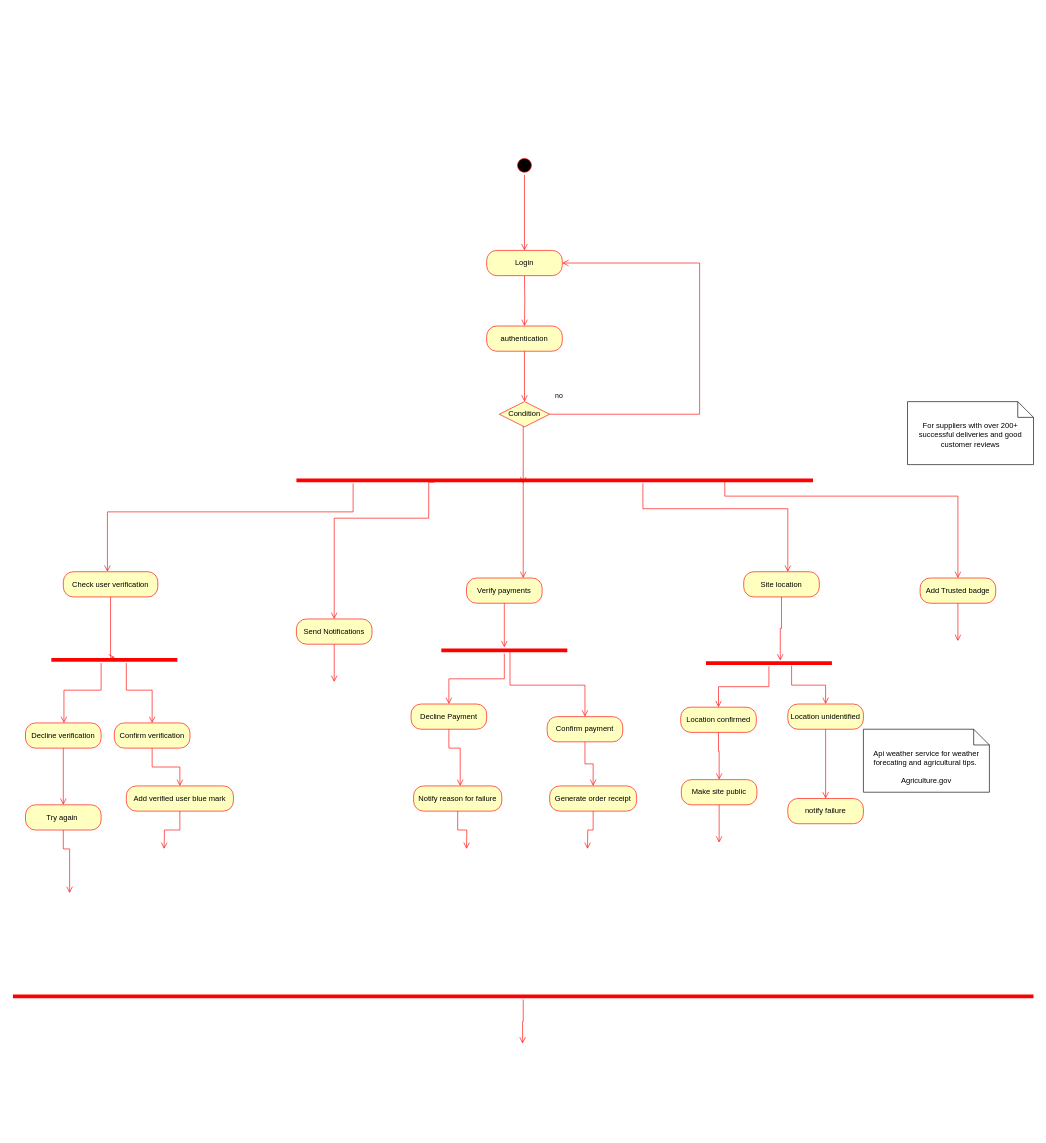
Above: page "Page-4" (4 of 4) of agri-business class diagram.drawio in J-Massoda/Agri-business (draw.io), before the change. Source tidied: cells renumbered, new cells numbered last; positions are measured from the earlier drawing's top-left corner, leaving out a move shared by most shapes. Both pictures are drawn from the tidied source at 63%, with x=0, y=0 at pixel (13, 156).
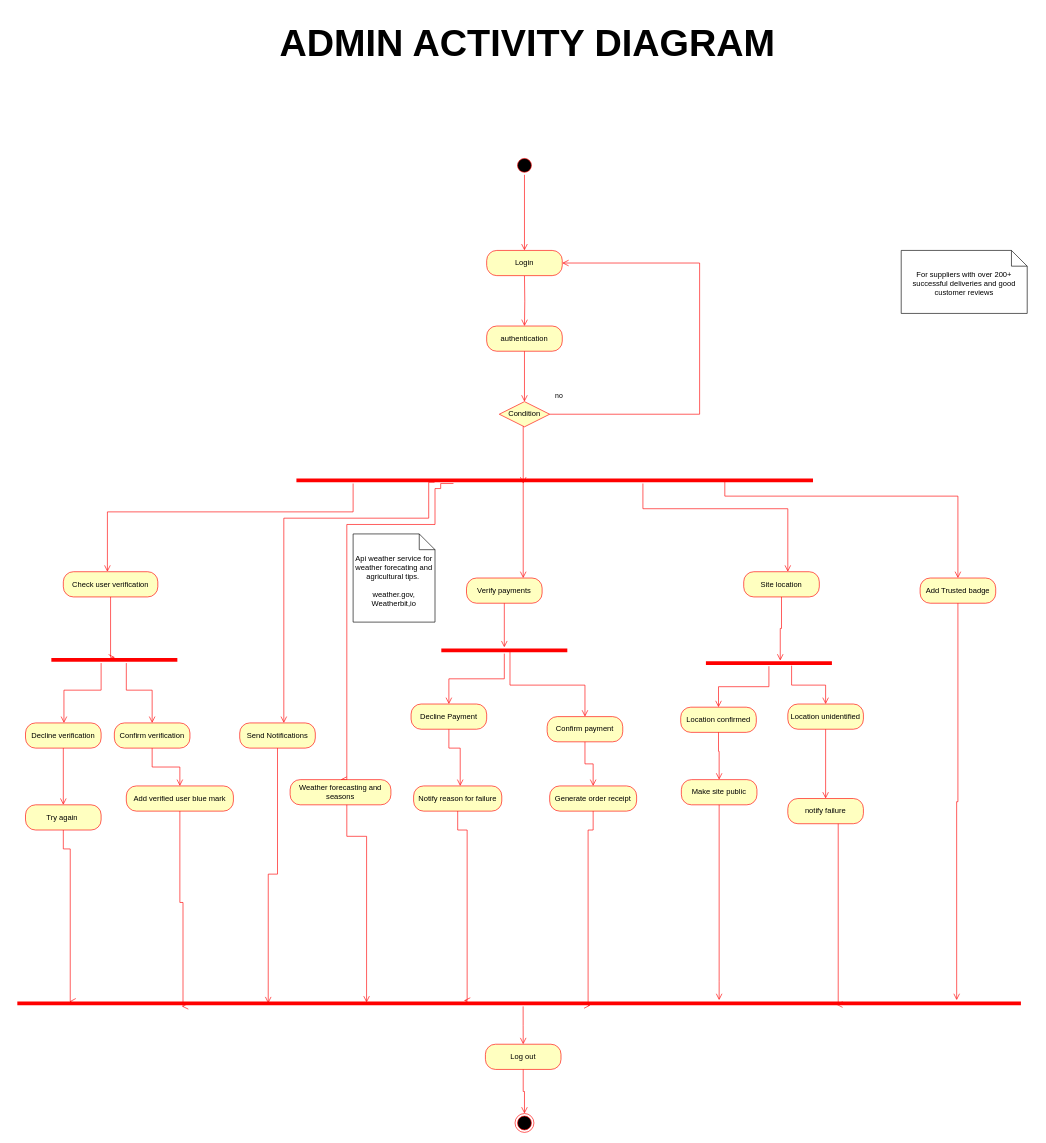
The same page after the edit.

Unchanged cells that the change refers to:
```xml
<mxCell id="11" style="shape=line;html=1;strokeWidth=6;strokeColor=#ff0000;" parent="1" vertex="1">
  <mxGeometry x="450" y="510" width="820" height="10" as="geometry" />
</mxCell>
<mxCell id="42" value="Add verified user blue mark" style="rounded=1;whiteSpace=wrap;html=1;arcSize=40;fontColor=#000000;fillColor=#ffffc0;strokeColor=#ff0000;" parent="1" vertex="1">
  <mxGeometry x="180" y="1000" width="170" height="40" as="geometry" />
</mxCell>
<mxCell id="44" value="Generate order receipt" style="rounded=1;whiteSpace=wrap;html=1;arcSize=40;fontColor=#000000;fillColor=#ffffc0;strokeColor=#ff0000;" parent="1" vertex="1">
  <mxGeometry x="852" y="1000" width="138" height="40" as="geometry" />
</mxCell>
<mxCell id="47" value="Add Trusted badge" style="rounded=1;whiteSpace=wrap;html=1;arcSize=40;fontColor=#000000;fillColor=#ffffc0;strokeColor=#ff0000;" parent="1" vertex="1">
  <mxGeometry x="1440" y="670" width="120" height="40" as="geometry" />
</mxCell>
<mxCell id="50" value="Make site public" style="rounded=1;whiteSpace=wrap;html=1;arcSize=40;fontColor=#000000;fillColor=#ffffc0;strokeColor=#ff0000;" parent="1" vertex="1">
  <mxGeometry x="1061" y="990" width="120" height="40" as="geometry" />
</mxCell>
<mxCell id="54" value="Try again&amp;nbsp;" style="rounded=1;whiteSpace=wrap;html=1;arcSize=40;fontColor=#000000;fillColor=#ffffc0;strokeColor=#ff0000;" parent="1" vertex="1">
  <mxGeometry x="20" y="1030" width="120" height="40" as="geometry" />
</mxCell>
<mxCell id="56" value="Notify reason for failure" style="rounded=1;whiteSpace=wrap;html=1;arcSize=40;fontColor=#000000;fillColor=#ffffc0;strokeColor=#ff0000;" parent="1" vertex="1">
  <mxGeometry x="636" y="1000" width="140" height="40" as="geometry" />
</mxCell>
<mxCell id="58" value="notify failure" style="rounded=1;whiteSpace=wrap;html=1;arcSize=40;fontColor=#000000;fillColor=#ffffc0;strokeColor=#ff0000;" parent="1" vertex="1">
  <mxGeometry x="1230" y="1020" width="120" height="40" as="geometry" />
</mxCell>
```

The edit, as a diff of the source:
```diff
@@
-    <mxCell id="43" style="edgeStyle=orthogonalEdgeStyle;html=1;verticalAlign=bottom;endArrow=open;endSize=8;strokeColor=#ff0000;rounded=0;" parent="1" edge="1" source="42">
+    <mxCell id="43" style="edgeStyle=orthogonalEdgeStyle;html=1;verticalAlign=bottom;endArrow=open;endSize=8;strokeColor=#ff0000;rounded=0;entryX=0.164;entryY=0.992;entryDx=0;entryDy=0;entryPerimeter=0;" parent="1" edge="1" source="42" target="52">
       <mxGeometry relative="1" as="geometry">
-        <mxPoint x="240" y="1100" as="targetPoint" />
+        <Array as="points">
+          <mxPoint x="265" y="1185" />
+          <mxPoint x="270" y="1185" />
+          <mxPoint x="270" y="1350" />
+        </Array>
       </mxGeometry>
     </mxCell>
@@
-    <mxCell id="45" style="edgeStyle=orthogonalEdgeStyle;html=1;verticalAlign=bottom;endArrow=open;endSize=8;strokeColor=#ff0000;rounded=0;" parent="1" edge="1" source="44">
+    <mxCell id="45" style="edgeStyle=orthogonalEdgeStyle;html=1;verticalAlign=bottom;endArrow=open;endSize=8;strokeColor=#ff0000;rounded=0;entryX=0.571;entryY=0.838;entryDx=0;entryDy=0;entryPerimeter=0;" parent="1" edge="1" source="44" target="52">
       <mxGeometry relative="1" as="geometry">
-        <mxPoint x="912" y="1100" as="targetPoint" />
+        <Array as="points">
+          <mxPoint x="921" y="1070" />
+          <mxPoint x="913" y="1070" />
+          <mxPoint x="913" y="1348" />
+        </Array>
       </mxGeometry>
     </mxCell>
@@
-    <mxCell id="48" style="edgeStyle=orthogonalEdgeStyle;html=1;verticalAlign=bottom;endArrow=open;endSize=8;strokeColor=#ff0000;rounded=0;" parent="1" edge="1" source="47">
-      <mxGeometry relative="1" as="geometry">
-        <mxPoint x="1500" y="770" as="targetPoint" />
-      </mxGeometry>
+    <mxCell id="48" style="edgeStyle=orthogonalEdgeStyle;html=1;verticalAlign=bottom;endArrow=open;endSize=8;strokeColor=#ff0000;rounded=0;entryX=0.936;entryY=0;entryDx=0;entryDy=0;entryPerimeter=0;" parent="1" edge="1" source="47" target="52">
+      <mxGeometry relative="1" as="geometry" />
     </mxCell>
     <mxCell id="49" value="For suppliers with over 200+ successful deliveries and good customer reviews" style="shape=note2;boundedLbl=1;whiteSpace=wrap;html=1;size=25;verticalAlign=top;align=center;" parent="1" vertex="1">
-      <mxGeometry x="1420" y="390" width="200" height="100" as="geometry" />
+      <mxGeometry x="1410" y="150" width="200" height="100" as="geometry" />
     </mxCell>
@@
-    <mxCell id="51" style="edgeStyle=orthogonalEdgeStyle;html=1;verticalAlign=bottom;endArrow=open;endSize=8;strokeColor=#ff0000;rounded=0;" parent="1" edge="1" source="50">
+    <mxCell id="51" style="edgeStyle=orthogonalEdgeStyle;html=1;verticalAlign=bottom;endArrow=open;endSize=8;strokeColor=#ff0000;rounded=0;" parent="1" edge="1" source="50" target="52">
       <mxGeometry relative="1" as="geometry">
-        <mxPoint x="1121" y="1090" as="targetPoint" />
+        <Array as="points">
+          <mxPoint x="1121" y="1310" />
+          <mxPoint x="1121" y="1310" />
+        </Array>
       </mxGeometry>
     </mxCell>
     <mxCell id="52" style="shape=line;html=1;strokeWidth=6;strokeColor=#ff0000;" parent="1" vertex="1">
-      <mxGeometry y="1329" width="1620" height="10" as="geometry" />
+      <mxGeometry x="7" y="1340" width="1593" height="10" as="geometry" />
     </mxCell>
-    <mxCell id="53" style="edgeStyle=orthogonalEdgeStyle;html=1;verticalAlign=bottom;endArrow=open;endSize=8;strokeColor=#ff0000;rounded=0;" parent="1" edge="1" source="52">
-      <mxGeometry relative="1" as="geometry">
-        <mxPoint x="809" y="1409" as="targetPoint" />
-        <Array as="points">
-          <mxPoint x="810" y="1374" />
-        </Array>
-      </mxGeometry>
+    <mxCell id="53" style="edgeStyle=orthogonalEdgeStyle;html=1;verticalAlign=bottom;endArrow=open;endSize=8;strokeColor=#ff0000;rounded=0;exitX=0.504;exitY=0.992;exitDx=0;exitDy=0;exitPerimeter=0;" parent="1" edge="1" source="52" target="67">
+      <mxGeometry relative="1" as="geometry" />
     </mxCell>
@@
-    <mxCell id="55" style="edgeStyle=orthogonalEdgeStyle;html=1;verticalAlign=bottom;endArrow=open;endSize=8;strokeColor=#ff0000;rounded=0;" parent="1" edge="1" source="54">
+    <mxCell id="55" style="edgeStyle=orthogonalEdgeStyle;html=1;verticalAlign=bottom;endArrow=open;endSize=8;strokeColor=#ff0000;rounded=0;entryX=0.052;entryY=0.223;entryDx=0;entryDy=0;entryPerimeter=0;" parent="1" edge="1" source="54" target="52">
       <mxGeometry relative="1" as="geometry">
-        <mxPoint x="90" y="1170" as="targetPoint" />
         <Array as="points">
           <mxPoint x="80" y="1100" />
-          <mxPoint x="90" y="1100" />
+          <mxPoint x="91" y="1100" />
+          <mxPoint x="91" y="1342" />
         </Array>
       </mxGeometry>
     </mxCell>
@@
-    <mxCell id="57" style="edgeStyle=orthogonalEdgeStyle;html=1;verticalAlign=bottom;endArrow=open;endSize=8;strokeColor=#ff0000;rounded=0;" parent="1" edge="1" source="56">
+    <mxCell id="57" style="edgeStyle=orthogonalEdgeStyle;html=1;verticalAlign=bottom;endArrow=open;endSize=8;strokeColor=#ff0000;rounded=0;entryX=0.445;entryY=0.069;entryDx=0;entryDy=0;entryPerimeter=0;" parent="1" edge="1" source="56" target="52">
       <mxGeometry relative="1" as="geometry">
-        <mxPoint x="720" y="1100" as="targetPoint" />
+        <Array as="points">
+          <mxPoint x="706" y="1070" />
+          <mxPoint x="721" y="1070" />
+          <mxPoint x="721" y="1341" />
+        </Array>
       </mxGeometry>
     </mxCell>
@@
     <mxCell id="59" style="edgeStyle=orthogonalEdgeStyle;html=1;verticalAlign=bottom;endArrow=open;endSize=8;strokeColor=#ff0000;rounded=0;exitX=0.267;exitY=0.6;exitDx=0;exitDy=0;exitPerimeter=0;" parent="1" edge="1" source="11" target="60">
       <mxGeometry relative="1" as="geometry">
         <Array as="points">
           <mxPoint x="669" y="518" />
           <mxPoint x="660" y="518" />
           <mxPoint x="660" y="575" />
-          <mxPoint x="510" y="575" />
+          <mxPoint x="430" y="575" />
         </Array>
       </mxGeometry>
     </mxCell>
     <mxCell id="60" value="Send Notifications" style="rounded=1;whiteSpace=wrap;html=1;arcSize=40;fontColor=#000000;fillColor=#ffffc0;strokeColor=#ff0000;" parent="1" vertex="1">
-      <mxGeometry x="450" y="735" width="120" height="40" as="geometry" />
+      <mxGeometry x="360" y="900" width="120" height="40" as="geometry" />
     </mxCell>
-    <mxCell id="61" style="edgeStyle=orthogonalEdgeStyle;html=1;verticalAlign=bottom;endArrow=open;endSize=8;strokeColor=#ff0000;rounded=0;" parent="1" edge="1" source="60">
-      <mxGeometry relative="1" as="geometry">
-        <mxPoint x="510" y="835" as="targetPoint" />
-      </mxGeometry>
+    <mxCell id="61" style="edgeStyle=orthogonalEdgeStyle;html=1;verticalAlign=bottom;endArrow=open;endSize=8;strokeColor=#ff0000;rounded=0;entryX=0.25;entryY=0.5;entryDx=0;entryDy=0;entryPerimeter=0;" parent="1" edge="1" source="60" target="52">
+      <mxGeometry relative="1" as="geometry" />
     </mxCell>
-    <mxCell id="62" value="Api weather service for weather forecating and agricultural tips.&amp;nbsp;&lt;br&gt;&lt;br&gt;Agriculture.gov" style="shape=note2;boundedLbl=1;whiteSpace=wrap;html=1;size=25;verticalAlign=top;align=center;" parent="1" vertex="1">
-      <mxGeometry x="1350" y="910" width="200" height="100" as="geometry" />
+    <mxCell id="62" value="Api weather service for weather forecating and agricultural tips.&amp;nbsp;&lt;br&gt;&lt;br&gt;weather.gov, Weatherbit,io" style="shape=note2;boundedLbl=1;whiteSpace=wrap;html=1;size=25;verticalAlign=top;align=center;" parent="1" vertex="1">
+      <mxGeometry x="540" y="600" width="130" height="140" as="geometry" />
     </mxCell>
+    <mxCell id="63" style="edgeStyle=orthogonalEdgeStyle;html=1;verticalAlign=bottom;endArrow=open;endSize=8;strokeColor=#ff0000;rounded=0;exitX=0.304;exitY=1;exitDx=0;exitDy=0;exitPerimeter=0;entryX=0.5;entryY=0;entryDx=0;entryDy=0;" parent="1" edge="1" source="11" target="64">
+      <mxGeometry relative="1" as="geometry">
+        <Array as="points">
+          <mxPoint x="679" y="520" />
+          <mxPoint x="679" y="528" />
+          <mxPoint x="670" y="528" />
+          <mxPoint x="670" y="585" />
+          <mxPoint x="530" y="585" />
+        </Array>
+      </mxGeometry>
+    </mxCell>
+    <mxCell id="64" value="Weather forecasting and seasons" style="rounded=1;whiteSpace=wrap;html=1;arcSize=40;fontColor=#000000;fillColor=#ffffc0;strokeColor=#ff0000;" parent="1" vertex="1">
+      <mxGeometry x="440" y="990" width="160" height="40" as="geometry" />
+    </mxCell>
+    <mxCell id="65" style="edgeStyle=orthogonalEdgeStyle;html=1;verticalAlign=bottom;endArrow=open;endSize=8;strokeColor=#ff0000;rounded=0;entryX=0.348;entryY=0.377;entryDx=0;entryDy=0;entryPerimeter=0;" parent="1" edge="1" source="64" target="52">
+      <mxGeometry relative="1" as="geometry">
+        <Array as="points">
+          <mxPoint x="530" y="1080" />
+          <mxPoint x="561" y="1080" />
+        </Array>
+      </mxGeometry>
+    </mxCell>
+    <mxCell id="66" style="edgeStyle=orthogonalEdgeStyle;html=1;verticalAlign=bottom;endArrow=open;endSize=8;strokeColor=#ff0000;rounded=0;entryX=0.816;entryY=0.685;entryDx=0;entryDy=0;entryPerimeter=0;" parent="1" edge="1" source="58" target="52">
+      <mxGeometry relative="1" as="geometry">
+        <Array as="points">
+          <mxPoint x="1310" y="1347" />
+        </Array>
+      </mxGeometry>
+    </mxCell>
+    <mxCell id="67" value="Log out" style="rounded=1;whiteSpace=wrap;html=1;arcSize=40;fontColor=#000000;fillColor=#ffffc0;strokeColor=#ff0000;" parent="1" vertex="1">
+      <mxGeometry x="750" y="1410" width="120" height="40" as="geometry" />
+    </mxCell>
+    <mxCell id="68" style="edgeStyle=orthogonalEdgeStyle;html=1;verticalAlign=bottom;endArrow=open;endSize=8;strokeColor=#ff0000;rounded=0;" parent="1" edge="1" source="67" target="69">
+      <mxGeometry relative="1" as="geometry" />
+    </mxCell>
+    <mxCell id="69" style="ellipse;html=1;shape=endState;fillColor=#000000;strokeColor=#ff0000;" parent="1" vertex="1">
+      <mxGeometry x="797" y="1520" width="30" height="30" as="geometry" />
+    </mxCell>
+    <mxCell id="70" value="&lt;h1&gt;&lt;font style=&quot;font-size: 60px;&quot;&gt;ADMIN ACTIVITY DIAGRAM&lt;/font&gt;&lt;/h1&gt;" style="text;html=1;strokeColor=none;fillColor=none;spacing=5;spacingTop=-20;whiteSpace=wrap;overflow=hidden;rounded=0;align=center;" parent="1" vertex="1">
+      <mxGeometry x="237" y="-220" width="1160" height="90" as="geometry" />
+    </mxCell>
```
